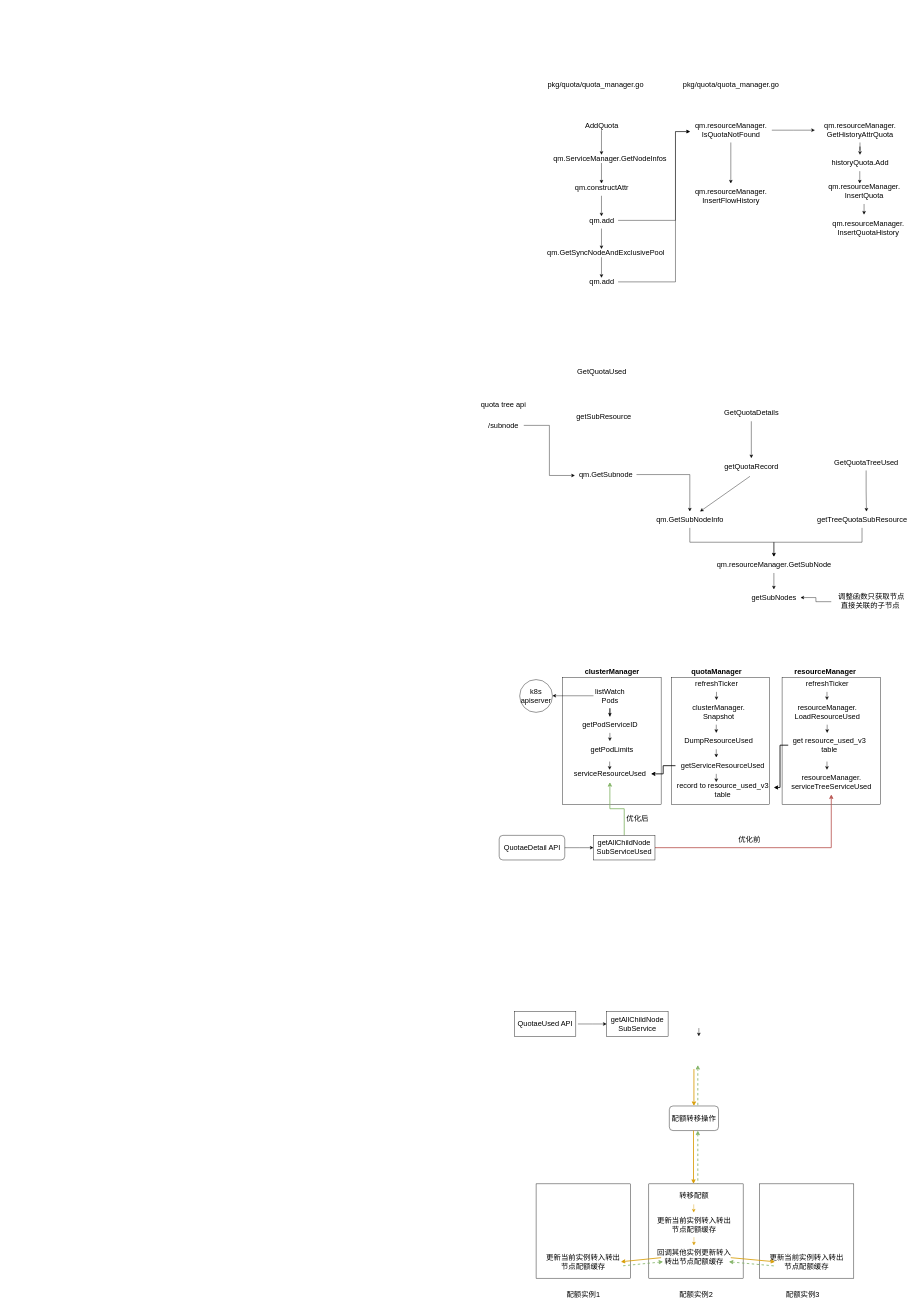
This is page "配额" (7 of 7) of draw/containerd.drawio from gosoon/gitbook, a draw.io file, before an edit. Source tidied: cells renumbered, new cells numbered last; positions are measured from the earlier drawing's top-left corner, leaving out a move shared by most shapes. Both pictures are drawn from the tidied source at 41%, with x=0, y=0 at pixel (476, 77).
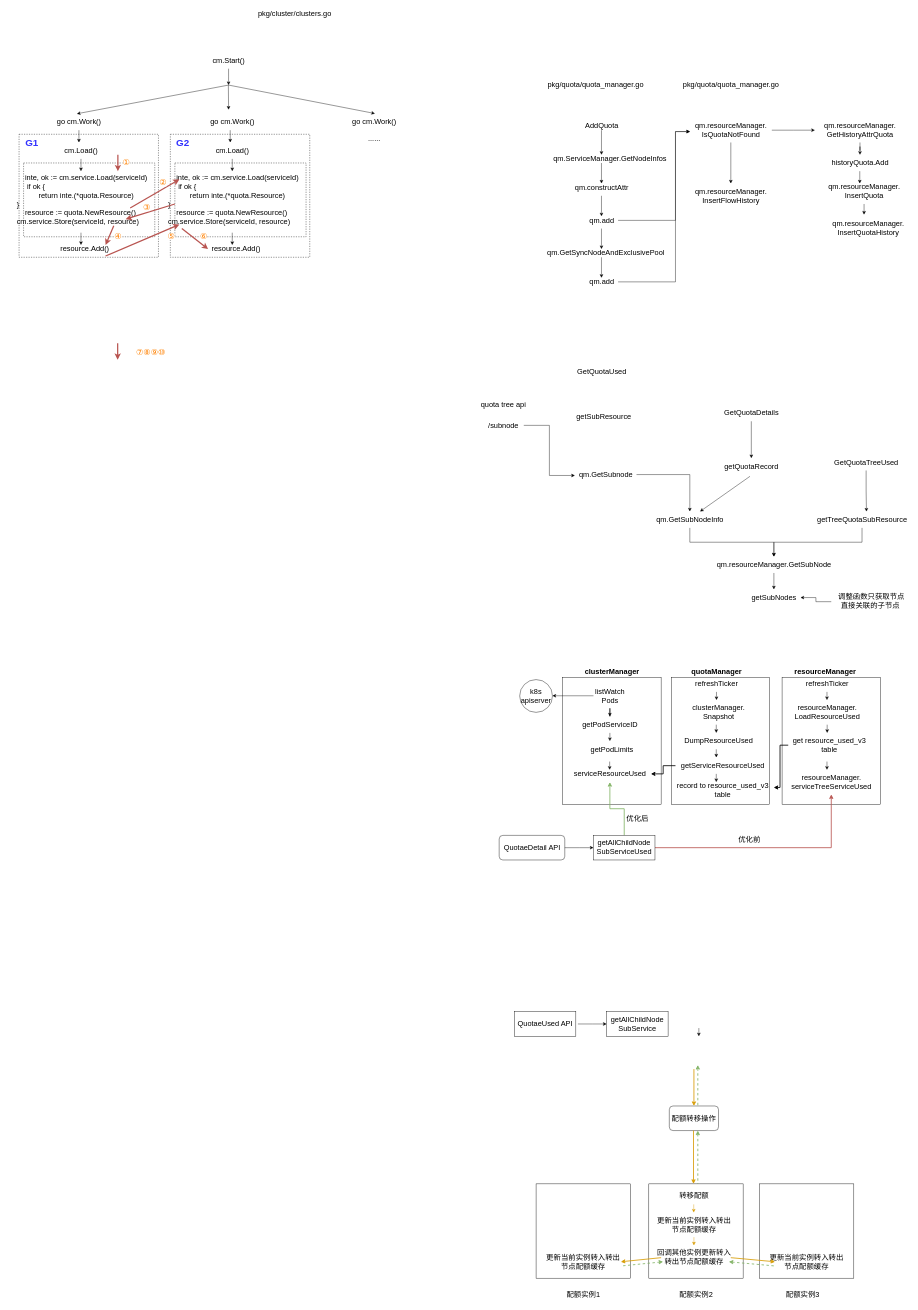
After the change.

Change to the diagram source:
```diff
@@
+    <mxCell id="116" style="rounded=0;whiteSpace=wrap;html=1;dashed=1;fontSize=18;" parent="1" vertex="1">
+      <mxGeometry x="-1116" y="140" width="340" height="300" as="geometry" />
+    </mxCell>
+    <mxCell id="117" style="rounded=0;whiteSpace=wrap;html=1;dashed=1;fontSize=18;" parent="1" vertex="1">
+      <mxGeometry x="-1105" y="210" width="320" height="180" as="geometry" />
+    </mxCell>
@@
+    <mxCell id="118" value="&lt;font style=&quot;font-size: 18px;&quot;&gt;pkg/cluster/clusters.go&lt;/font&gt;" style="text;whiteSpace=wrap;html=1;" parent="1" vertex="1">
+      <mxGeometry x="-535" y="-170" width="150" height="40" as="geometry" />
+    </mxCell>
+    <mxCell id="119" style="edgeStyle=orthogonalEdgeStyle;rounded=0;jettySize=auto;html=1;fontSize=18;" parent="1" edge="1" source="120">
+      <mxGeometry relative="1" as="geometry">
+        <mxPoint x="-605" y="20" as="targetPoint" />
+      </mxGeometry>
+    </mxCell>
+    <mxCell id="120" value="cm.Start()" style="text;html=1;align=center;verticalAlign=middle;points=[];strokeColor=none;fillColor=none;fontSize=18;" parent="1" vertex="1">
+      <mxGeometry x="-655" y="-60" width="100" height="40" as="geometry" />
+    </mxCell>
+    <mxCell id="121" style="endArrow=classic;html=1;rounded=0;fontSize=18;entryX=0.462;entryY=0;entryDx=0;entryDy=0;entryPerimeter=0;" parent="1" edge="1" target="125">
+      <mxGeometry relative="1" as="geometry">
+        <mxPoint x="-605" y="20" as="sourcePoint" />
+      </mxGeometry>
+    </mxCell>
+    <mxCell id="122" style="endArrow=classic;html=1;rounded=0;fontSize=18;" parent="1" edge="1">
+      <mxGeometry relative="1" as="geometry">
+        <mxPoint x="-605.5" y="20" as="sourcePoint" />
+        <mxPoint x="-605" y="80" as="targetPoint" />
+      </mxGeometry>
+    </mxCell>
+    <mxCell id="123" style="endArrow=classic;html=1;rounded=0;fontSize=18;entryX=0.515;entryY=-0.016;entryDx=0;entryDy=0;entryPerimeter=0;" parent="1" edge="1" target="126">
+      <mxGeometry relative="1" as="geometry">
+        <mxPoint x="-605" y="20" as="sourcePoint" />
+      </mxGeometry>
+    </mxCell>
+    <mxCell id="124" style="edgeStyle=orthogonalEdgeStyle;rounded=0;jettySize=auto;html=1;fontSize=18;" parent="1" edge="1" source="125">
+      <mxGeometry relative="1" as="geometry">
+        <mxPoint x="-970" y="160" as="targetPoint" />
+      </mxGeometry>
+    </mxCell>
+    <mxCell id="125" value="go cm.Work()" style="text;html=1;align=center;verticalAlign=middle;points=[];strokeColor=none;fillColor=none;fontSize=18;" parent="1" vertex="1">
+      <mxGeometry x="-1035" y="90" width="130" height="40" as="geometry" />
+    </mxCell>
+    <mxCell id="126" value="go cm.Work()" style="text;html=1;align=center;verticalAlign=middle;points=[];strokeColor=none;fillColor=none;fontSize=18;" parent="1" vertex="1">
+      <mxGeometry x="-315" y="90" width="130" height="40" as="geometry" />
+    </mxCell>
+    <mxCell id="127" value="go cm.Work()" style="text;html=1;align=center;verticalAlign=middle;strokeColor=none;fillColor=none;fontSize=18;" parent="1" vertex="1">
+      <mxGeometry x="-661" y="90" width="130" height="40" as="geometry" />
+    </mxCell>
+    <mxCell id="128" style="edgeStyle=orthogonalEdgeStyle;rounded=0;jettySize=auto;html=1;fontSize=18;" parent="1" edge="1" source="129">
+      <mxGeometry relative="1" as="geometry">
+        <mxPoint x="-965" y="230" as="targetPoint" />
+      </mxGeometry>
+    </mxCell>
+    <mxCell id="129" value="cm.Load()&lt;br&gt;" style="text;html=1;align=center;verticalAlign=middle;points=[];strokeColor=none;fillColor=none;fontSize=18;" parent="1" vertex="1">
+      <mxGeometry x="-1015" y="160" width="100" height="40" as="geometry" />
+    </mxCell>
+    <mxCell id="130" style="edgeStyle=orthogonalEdgeStyle;rounded=0;orthogonalLoop=1;jettySize=auto;html=1;fontSize=18;" parent="1" edge="1">
+      <mxGeometry relative="1" as="geometry">
+        <mxPoint x="-965" y="380" as="sourcePoint" />
+        <mxPoint x="-965" y="410" as="targetPoint" />
+      </mxGeometry>
+    </mxCell>
+    <mxCell id="131" value="&lt;div style=&quot;text-align: left;&quot;&gt;&amp;nbsp; &amp;nbsp; &lt;span style=&quot;white-space: pre;&quot;&gt; &lt;/span&gt;inte, ok := cm.service.Load(serviceId)&lt;/div&gt;&lt;div style=&quot;text-align: left;&quot;&gt;&lt;span style=&quot;background-color: initial;&quot;&gt;&amp;nbsp; &amp;nbsp; &amp;nbsp;&lt;span style=&quot;white-space: pre;&quot;&gt; &lt;/span&gt;if ok {&lt;/span&gt;&lt;/div&gt;&lt;div&gt;&amp;nbsp; &amp;nbsp; &lt;span style=&quot;white-space: pre;&quot;&gt; &lt;/span&gt;return inte.(*quota.Resource)&lt;/div&gt;&lt;div style=&quot;text-align: left;&quot;&gt;&lt;span style=&quot;background-color: initial;&quot;&gt;&lt;span style=&quot;white-space: pre;&quot;&gt; &lt;/span&gt;}&lt;/span&gt;&lt;/div&gt;&lt;div style=&quot;text-align: left;&quot;&gt;&amp;nbsp; &amp;nbsp; &lt;span style=&quot;white-space: pre;&quot;&gt; &lt;/span&gt;resource := quota.NewResource()&lt;/div&gt;&lt;div style=&quot;text-align: left;&quot;&gt;&lt;span style=&quot;background-color: initial;&quot;&gt;&lt;span style=&quot;white-space: pre;&quot;&gt; &lt;/span&gt;cm.service.Store(serviceId, resource)&lt;/span&gt;&lt;/div&gt;" style="text;html=1;align=center;verticalAlign=middle;strokeColor=none;fillColor=none;fontSize=18;" parent="1" vertex="1">
+      <mxGeometry x="-1145" y="230" width="360" height="140" as="geometry" />
+    </mxCell>
+    <mxCell id="132" value="resource.Add()" style="text;html=1;align=center;verticalAlign=middle;strokeColor=none;fillColor=none;fontSize=18;" parent="1" vertex="1">
+      <mxGeometry x="-1026" y="400" width="140" height="40" as="geometry" />
+    </mxCell>
+    <mxCell id="133" style="rounded=0;whiteSpace=wrap;html=1;dashed=1;fontSize=18;" parent="1" vertex="1">
+      <mxGeometry x="-747" y="140" width="340" height="300" as="geometry" />
+    </mxCell>
+    <mxCell id="134" style="rounded=0;whiteSpace=wrap;html=1;dashed=1;fontSize=18;" parent="1" vertex="1">
+      <mxGeometry x="-736" y="210" width="320" height="180" as="geometry" />
+    </mxCell>
+    <mxCell id="135" style="edgeStyle=orthogonalEdgeStyle;rounded=0;orthogonalLoop=1;jettySize=auto;html=1;fontSize=18;" parent="1" edge="1">
+      <mxGeometry relative="1" as="geometry">
+        <mxPoint x="-601" y="130" as="sourcePoint" />
+        <mxPoint x="-601" y="160" as="targetPoint" />
+      </mxGeometry>
+    </mxCell>
+    <mxCell id="136" style="edgeStyle=orthogonalEdgeStyle;rounded=0;jettySize=auto;html=1;fontSize=18;" parent="1" edge="1" source="137">
+      <mxGeometry relative="1" as="geometry">
+        <mxPoint x="-596" y="230" as="targetPoint" />
+      </mxGeometry>
+    </mxCell>
+    <mxCell id="137" value="cm.Load()&lt;br&gt;" style="text;html=1;align=center;verticalAlign=middle;points=[];strokeColor=none;fillColor=none;fontSize=18;" parent="1" vertex="1">
+      <mxGeometry x="-646" y="160" width="100" height="40" as="geometry" />
+    </mxCell>
+    <mxCell id="138" style="edgeStyle=orthogonalEdgeStyle;rounded=0;orthogonalLoop=1;jettySize=auto;html=1;fontSize=18;" parent="1" edge="1">
+      <mxGeometry relative="1" as="geometry">
+        <mxPoint x="-596" y="380" as="sourcePoint" />
+        <mxPoint x="-596" y="410" as="targetPoint" />
+      </mxGeometry>
+    </mxCell>
+    <mxCell id="139" value="&lt;div style=&quot;text-align: left;&quot;&gt;&amp;nbsp; &amp;nbsp; &lt;span style=&quot;white-space: pre;&quot;&gt; &lt;/span&gt;inte, ok := cm.service.Load(serviceId)&lt;/div&gt;&lt;div style=&quot;text-align: left;&quot;&gt;&lt;span style=&quot;background-color: initial;&quot;&gt;&amp;nbsp; &amp;nbsp; &amp;nbsp;&lt;span style=&quot;white-space: pre;&quot;&gt; &lt;/span&gt;if ok {&lt;/span&gt;&lt;/div&gt;&lt;div&gt;&amp;nbsp; &amp;nbsp; &lt;span style=&quot;white-space: pre;&quot;&gt; &lt;/span&gt;return inte.(*quota.Resource)&lt;/div&gt;&lt;div style=&quot;text-align: left;&quot;&gt;&lt;span style=&quot;background-color: initial;&quot;&gt;&lt;span style=&quot;white-space: pre;&quot;&gt; &lt;/span&gt;}&lt;/span&gt;&lt;/div&gt;&lt;div style=&quot;text-align: left;&quot;&gt;&amp;nbsp; &amp;nbsp; &lt;span style=&quot;white-space: pre;&quot;&gt; &lt;/span&gt;resource := quota.NewResource()&lt;/div&gt;&lt;div style=&quot;text-align: left;&quot;&gt;&lt;span style=&quot;background-color: initial;&quot;&gt;&lt;span style=&quot;white-space: pre;&quot;&gt; &lt;/span&gt;cm.service.Store(serviceId, resource)&lt;/span&gt;&lt;/div&gt;" style="text;html=1;align=center;verticalAlign=middle;strokeColor=none;fillColor=none;fontSize=18;" parent="1" vertex="1">
+      <mxGeometry x="-776" y="230" width="360" height="140" as="geometry" />
+    </mxCell>
+    <mxCell id="140" value="resource.Add()" style="text;html=1;align=center;verticalAlign=middle;strokeColor=none;fillColor=none;fontSize=18;" parent="1" vertex="1">
+      <mxGeometry x="-657" y="400" width="140" height="40" as="geometry" />
+    </mxCell>
+    <mxCell id="141" style="endArrow=classic;html=1;rounded=0;fontSize=18;strokeWidth=3;fillColor=#f8cecc;strokeColor=#b85450;" parent="1" edge="1">
+      <mxGeometry relative="1" as="geometry">
+        <mxPoint x="-875.5" y="650" as="sourcePoint" />
+        <mxPoint x="-875.5" y="690" as="targetPoint" />
+      </mxGeometry>
+    </mxCell>
+    <mxCell id="142" style="endArrow=classic;html=1;rounded=0;fontSize=18;strokeWidth=3;fillColor=#f8cecc;strokeColor=#b85450;" parent="1" edge="1">
+      <mxGeometry relative="1" as="geometry">
+        <mxPoint x="-875" y="190" as="sourcePoint" />
+        <mxPoint x="-875" y="230" as="targetPoint" />
+      </mxGeometry>
+    </mxCell>
+    <mxCell id="143" value="......" style="text;html=1;align=center;verticalAlign=middle;strokeColor=none;fillColor=none;fontSize=18;" parent="1" vertex="1">
+      <mxGeometry x="-275" y="130" width="50" height="40" as="geometry" />
+    </mxCell>
+    <mxCell id="144" style="endArrow=classic;html=1;rounded=0;fontSize=18;strokeWidth=3;fillColor=#f8cecc;strokeColor=#b85450;" parent="1" edge="1">
+      <mxGeometry relative="1" as="geometry">
+        <mxPoint x="-736" y="310" as="sourcePoint" />
+        <mxPoint x="-856" y="347" as="targetPoint" />
+      </mxGeometry>
+    </mxCell>
+    <mxCell id="145" style="endArrow=classic;html=1;rounded=0;fontSize=18;strokeWidth=3;fillColor=#f8cecc;strokeColor=#b85450;" parent="1" edge="1">
+      <mxGeometry relative="1" as="geometry">
+        <mxPoint x="-905" y="437" as="sourcePoint" />
+        <mxPoint x="-725" y="360" as="targetPoint" />
+      </mxGeometry>
+    </mxCell>
+    <mxCell id="146" style="endArrow=classic;html=1;rounded=0;fontSize=18;strokeWidth=3;fillColor=#f8cecc;strokeColor=#b85450;" parent="1" edge="1">
+      <mxGeometry relative="1" as="geometry">
+        <mxPoint x="-885" y="363" as="sourcePoint" />
+        <mxPoint x="-905" y="410" as="targetPoint" />
+      </mxGeometry>
+    </mxCell>
+    <mxCell id="147" style="endArrow=classic;html=1;rounded=0;fontSize=18;strokeWidth=3;fillColor=#f8cecc;strokeColor=#b85450;" parent="1" edge="1">
+      <mxGeometry relative="1" as="geometry">
+        <mxPoint x="-719" y="370" as="sourcePoint" />
+        <mxPoint x="-655" y="420" as="targetPoint" />
+      </mxGeometry>
+    </mxCell>
+    <mxCell id="148" style="endArrow=classic;html=1;rounded=0;fontSize=18;strokeWidth=3;fillColor=#f8cecc;strokeColor=#b85450;" parent="1" edge="1">
+      <mxGeometry relative="1" as="geometry">
+        <mxPoint x="-845" y="320" as="sourcePoint" />
+        <mxPoint x="-725" y="250" as="targetPoint" />
+      </mxGeometry>
+    </mxCell>
+    <mxCell id="149" value="&lt;a style=&quot;text-decoration-line: none; -webkit-tap-highlight-color: rgba(0, 0, 0, 0.1); outline: 0px; font-family: arial, sans-serif; font-size: small; text-align: left; background-color: rgb(255, 255, 255);&quot; rel=&quot;noopener&quot; target=&quot;_blank&quot; href=&quot;https://kknews.cc/zh-tw/tech/re5qb2o.html&quot;&gt;&lt;h3 style=&quot;font-weight: 400; margin: 18px 0px 3px; padding: 10px 0px 0px; font-size: 20px; line-height: 1.3; display: inline-block;&quot; class=&quot;LC20lb MBeuO DKV0Md&quot;&gt;&lt;font color=&quot;#ff8000&quot;&gt;⑦⑧⑨⑩&lt;/font&gt;&lt;/h3&gt;&lt;/a&gt;" style="text;html=1;align=center;verticalAlign=middle;strokeColor=none;fillColor=none;fontSize=18;" parent="1" vertex="1">
+      <mxGeometry x="-845" y="625" width="100" height="70" as="geometry" />
+    </mxCell>
+    <mxCell id="150" value="&lt;a style=&quot;border-color: var(--border-color); text-decoration-line: none; -webkit-tap-highlight-color: rgba(0, 0, 0, 0.1); outline: 0px; font-family: arial, sans-serif; font-size: small; text-align: left; background-color: rgb(255, 255, 255);&quot; rel=&quot;noopener&quot; target=&quot;_blank&quot; href=&quot;https://kknews.cc/zh-tw/tech/re5qb2o.html&quot;&gt;&lt;h3 style=&quot;border-color: var(--border-color); font-weight: 400; margin: 18px 0px 3px; padding: 10px 0px 0px; font-size: 20px; line-height: 1.3; display: inline-block;&quot; class=&quot;LC20lb MBeuO DKV0Md&quot;&gt;&lt;font style=&quot;border-color: var(--border-color);&quot; color=&quot;#ff8000&quot;&gt;①&lt;/font&gt;&lt;/h3&gt;&lt;/a&gt;" style="text;html=1;align=center;verticalAlign=middle;strokeColor=none;fillColor=none;fontSize=18;fontColor=#FF8000;" parent="1" vertex="1">
+      <mxGeometry x="-875" y="160" width="40" height="70" as="geometry" />
+    </mxCell>
+    <mxCell id="151" value="&lt;a style=&quot;border-color: var(--border-color); text-decoration-line: none; -webkit-tap-highlight-color: rgba(0, 0, 0, 0.1); outline: 0px; font-family: arial, sans-serif; font-size: small; text-align: left; background-color: rgb(255, 255, 255);&quot; rel=&quot;noopener&quot; target=&quot;_blank&quot; href=&quot;https://kknews.cc/zh-tw/tech/re5qb2o.html&quot;&gt;&lt;h3 style=&quot;border-color: var(--border-color); font-weight: 400; margin: 18px 0px 3px; padding: 10px 0px 0px; font-size: 20px; line-height: 1.3; display: inline-block;&quot; class=&quot;LC20lb MBeuO DKV0Md&quot;&gt;&lt;font style=&quot;border-color: var(--border-color);&quot; color=&quot;#ff8000&quot;&gt;②&lt;/font&gt;&lt;/h3&gt;&lt;/a&gt;" style="text;html=1;align=center;verticalAlign=middle;strokeColor=none;fillColor=none;fontSize=18;fontColor=#FF8000;" parent="1" vertex="1">
+      <mxGeometry x="-785" y="210" width="40" height="70" as="geometry" />
+    </mxCell>
+    <mxCell id="152" value="&lt;a style=&quot;border-color: var(--border-color); text-decoration-line: none; -webkit-tap-highlight-color: rgba(0, 0, 0, 0.1); outline: 0px; font-family: arial, sans-serif; font-size: small; text-align: left; background-color: rgb(255, 255, 255);&quot; rel=&quot;noopener&quot; target=&quot;_blank&quot; href=&quot;https://kknews.cc/zh-tw/tech/re5qb2o.html&quot;&gt;&lt;h3 style=&quot;border-color: var(--border-color); font-weight: 400; margin: 18px 0px 3px; padding: 10px 0px 0px; font-size: 20px; line-height: 1.3; display: inline-block;&quot; class=&quot;LC20lb MBeuO DKV0Md&quot;&gt;&lt;font style=&quot;border-color: var(--border-color);&quot; color=&quot;#ff8000&quot;&gt;③&lt;/font&gt;&lt;/h3&gt;&lt;/a&gt;" style="text;html=1;align=center;verticalAlign=middle;strokeColor=none;fillColor=none;fontSize=18;fontColor=#FF8000;" parent="1" vertex="1">
+      <mxGeometry x="-825" y="270" width="40" height="70" as="geometry" />
+    </mxCell>
+    <mxCell id="153" value="&lt;a style=&quot;border-color: var(--border-color); text-decoration-line: none; -webkit-tap-highlight-color: rgba(0, 0, 0, 0.1); outline: 0px; font-family: arial, sans-serif; font-size: small; text-align: left; background-color: rgb(255, 255, 255);&quot; rel=&quot;noopener&quot; target=&quot;_blank&quot; href=&quot;https://kknews.cc/zh-tw/tech/re5qb2o.html&quot;&gt;&lt;h3 style=&quot;border-color: var(--border-color); font-weight: 400; margin: 18px 0px 3px; padding: 10px 0px 0px; font-size: 20px; line-height: 1.3; display: inline-block;&quot; class=&quot;LC20lb MBeuO DKV0Md&quot;&gt;&lt;font style=&quot;border-color: var(--border-color);&quot; color=&quot;#ff8000&quot;&gt;④&lt;/font&gt;&lt;/h3&gt;&lt;/a&gt;" style="text;html=1;align=center;verticalAlign=middle;strokeColor=none;fillColor=none;fontSize=18;fontColor=#FF8000;" parent="1" vertex="1">
+      <mxGeometry x="-895" y="340" width="40" height="70" as="geometry" />
+    </mxCell>
+    <mxCell id="154" value="&lt;a style=&quot;border-color: var(--border-color); text-decoration-line: none; -webkit-tap-highlight-color: rgba(0, 0, 0, 0.1); outline: 0px; font-family: arial, sans-serif; font-size: small; text-align: left; background-color: rgb(255, 255, 255);&quot; rel=&quot;noopener&quot; target=&quot;_blank&quot; href=&quot;https://kknews.cc/zh-tw/tech/re5qb2o.html&quot;&gt;&lt;h3 style=&quot;border-color: var(--border-color); font-weight: 400; margin: 18px 0px 3px; padding: 10px 0px 0px; font-size: 20px; line-height: 1.3; display: inline-block;&quot; class=&quot;LC20lb MBeuO DKV0Md&quot;&gt;&lt;font style=&quot;border-color: var(--border-color);&quot; color=&quot;#ff8000&quot;&gt;⑤&lt;/font&gt;&lt;/h3&gt;&lt;/a&gt;" style="text;html=1;align=center;verticalAlign=middle;strokeColor=none;fillColor=none;fontSize=18;fontColor=#FF8000;" parent="1" vertex="1">
+      <mxGeometry x="-765" y="340" width="40" height="70" as="geometry" />
+    </mxCell>
+    <mxCell id="155" value="&lt;a style=&quot;border-color: var(--border-color); text-decoration-line: none; -webkit-tap-highlight-color: rgba(0, 0, 0, 0.1); outline: 0px; font-family: arial, sans-serif; font-size: small; text-align: left; background-color: rgb(255, 255, 255);&quot; rel=&quot;noopener&quot; target=&quot;_blank&quot; href=&quot;https://kknews.cc/zh-tw/tech/re5qb2o.html&quot;&gt;&lt;h3 style=&quot;border-color: var(--border-color); font-weight: 400; margin: 18px 0px 3px; padding: 10px 0px 0px; font-size: 20px; line-height: 1.3; display: inline-block;&quot; class=&quot;LC20lb MBeuO DKV0Md&quot;&gt;&lt;font style=&quot;border-color: var(--border-color);&quot; color=&quot;#ff8000&quot;&gt;⑥&lt;/font&gt;&lt;/h3&gt;&lt;/a&gt;" style="text;html=1;align=center;verticalAlign=middle;strokeColor=none;fillColor=none;fontSize=18;fontColor=#FF8000;" parent="1" vertex="1">
+      <mxGeometry x="-686" y="340" width="40" height="70" as="geometry" />
+    </mxCell>
+    <mxCell id="156" value="&lt;font size=&quot;1&quot; color=&quot;#3333ff&quot;&gt;&lt;b style=&quot;font-size: 24px;&quot;&gt;G1&lt;/b&gt;&lt;/font&gt;" style="text;html=1;align=center;verticalAlign=middle;strokeColor=none;fillColor=none;fontSize=18;fontColor=#FF8000;" parent="1" vertex="1">
+      <mxGeometry x="-1115" y="140" width="60" height="40" as="geometry" />
+    </mxCell>
+    <mxCell id="157" value="&lt;font size=&quot;1&quot; color=&quot;#3333ff&quot;&gt;&lt;b style=&quot;font-size: 24px;&quot;&gt;G2&lt;br&gt;&lt;br&gt;&lt;/b&gt;&lt;/font&gt;" style="text;html=1;align=center;verticalAlign=middle;strokeColor=none;fillColor=none;fontSize=18;fontColor=#FF8000;" parent="1" vertex="1">
+      <mxGeometry x="-747" y="140" width="60" height="70" as="geometry" />
+    </mxCell>
```
